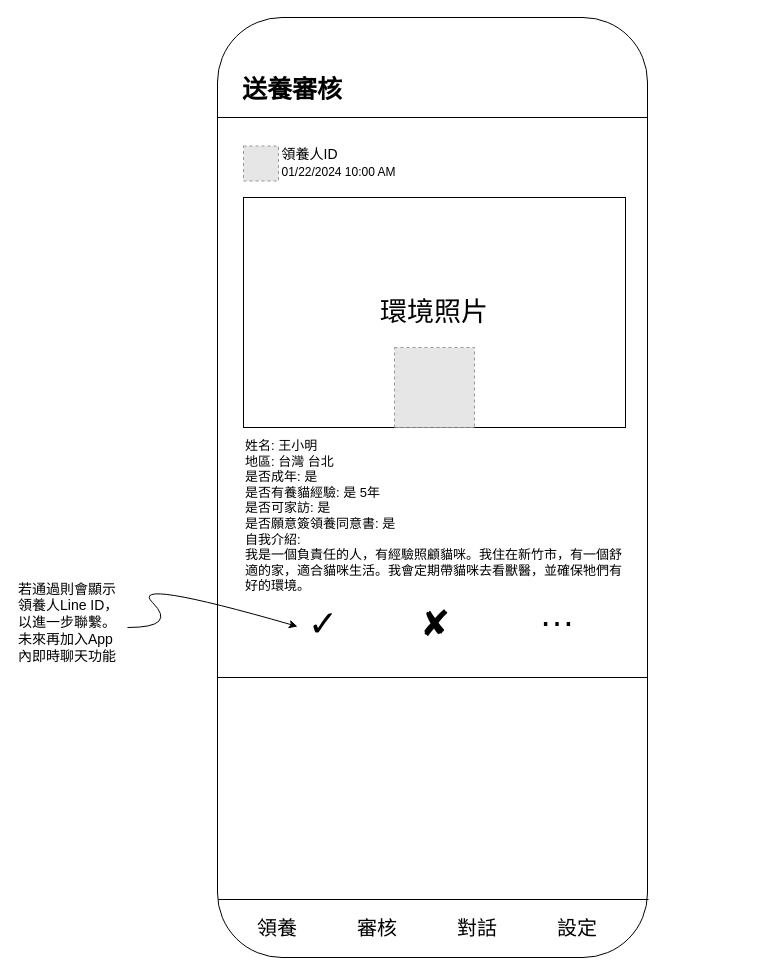
Earlier version of the draw.io diagram page "對話頁面" (5 of 7) of MyApps/PetAdotion.drawio (vinceliao99/MyDiagrams). Source tidied: cells renumbered, new cells numbered last; positions are measured from the earlier drawing's top-left corner, leaving out a move shared by most shapes. Both pictures are drawn from the tidied source at 100%, with x=0, y=0 at pixel (17, 17). Pictures stored in the file or linked from it are replaced by grey dashed boxes.
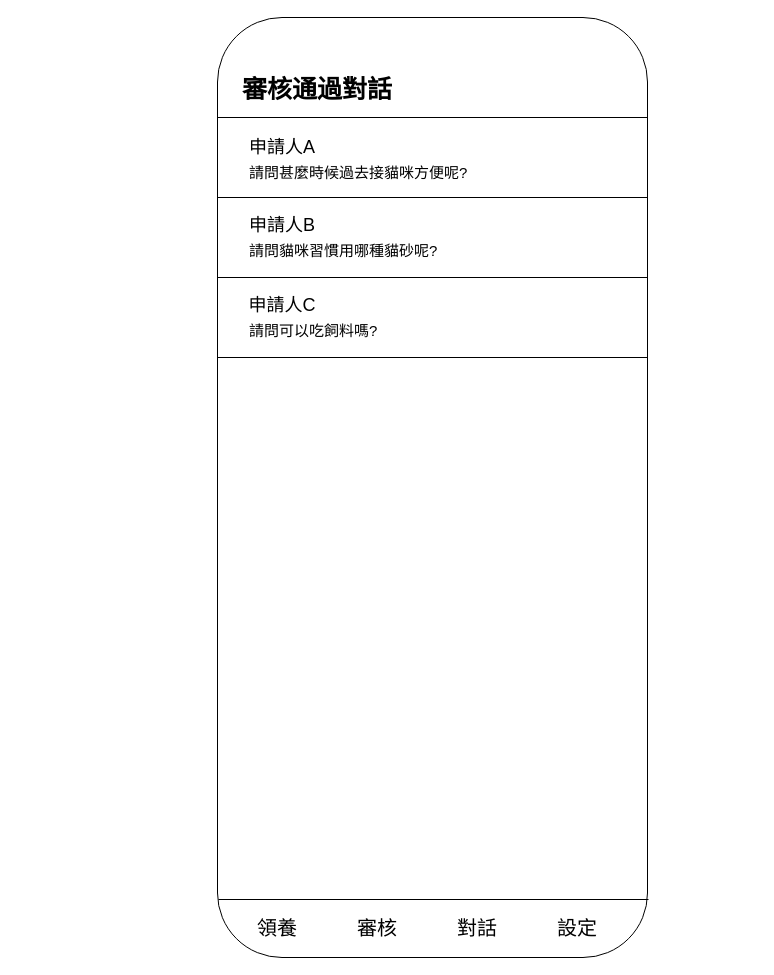
The same page after the edit.

Diff of the diagram source:
```diff
@@
-    <mxCell id="5" style="group;" parent="1" vertex="1">
-      <mxGeometry x="200" y="100" width="540" height="610" as="geometry" />
-    </mxCell>
-    <mxCell id="6" style="rounded=0;whiteSpace=wrap;html=1;" parent="5" vertex="1">
-      <mxGeometry width="430" height="560" as="geometry" />
-    </mxCell>
-    <mxCell id="7" value="&lt;span style=&quot;font-size: 27px;&quot;&gt;環境照片&lt;/span&gt;" style="rounded=0;whiteSpace=wrap;html=1;" parent="5" vertex="1">
-      <mxGeometry x="26" y="80" width="382" height="230" as="geometry" />
-    </mxCell>
-    <mxCell id="8" style="group;" parent="5" vertex="1">
-      <mxGeometry x="26" y="22" width="160" height="48" as="geometry" />
-    </mxCell>
-    <mxCell id="9" value="&lt;span style=&quot;font-size: 14px;&quot;&gt;領養人ID&lt;/span&gt;" style="text;html=1;strokeColor=none;fillColor=none;align=center;verticalAlign=middle;whiteSpace=wrap;rounded=0;" parent="8" vertex="1">
-      <mxGeometry x="32" width="69" height="30" as="geometry" />
-    </mxCell>
-    <mxCell id="10" value="01/22/2024 10:00 AM" style="text;html=1;strokeColor=none;fillColor=none;align=center;verticalAlign=middle;whiteSpace=wrap;rounded=0;" parent="8" vertex="1">
-      <mxGeometry x="31" y="18" width="129" height="30" as="geometry" />
-    </mxCell>
-    <mxCell id="11" style="fillColor=#E6E6E6;strokeColor=#999999;dashed=1;verticalLabelPosition=bottom;labelBackgroundColor=default;verticalAlign=top;" parent="8" vertex="1">
-      <mxGeometry y="6.5" width="35" height="35" as="geometry" />
-    </mxCell>
-    <mxCell id="12" value="&lt;font style=&quot;font-size: 13px;&quot;&gt;姓名: 王小明&lt;br&gt;地區: 台灣 台北&lt;br&gt;是否成年: 是&amp;nbsp;&lt;br&gt;是否有養貓經驗: 是 5年&lt;br&gt;是否可家訪: 是&lt;br&gt;是否願意簽領養同意書: 是&lt;br&gt;自我介紹:&lt;br&gt;&lt;/font&gt;&lt;div style=&quot;font-size: 13px;&quot;&gt;&lt;font style=&quot;font-size: 13px;&quot;&gt;我是一個負責任的人，有經驗照顧貓咪。我住在新竹市，有一個舒適的家，適合貓咪生活。我會定期帶貓咪去看獸醫，並確保牠們有好的環境。&lt;/font&gt;&lt;/div&gt;" style="text;html=1;strokeColor=none;fillColor=none;align=left;verticalAlign=top;whiteSpace=wrap;rounded=0;" parent="5" vertex="1">
-      <mxGeometry x="26" y="314" width="384" height="210" as="geometry" />
-    </mxCell>
-    <mxCell id="13" style="fillColor=#E6E6E6;strokeColor=#999999;dashed=1;html=1;verticalAlign=top;verticalLabelPosition=bottom;labelBackgroundColor=#ffffff;fontColor=#000000;" parent="5" vertex="1">
-      <mxGeometry x="177" y="230" width="80" height="80" as="geometry" />
-    </mxCell>
-    <mxCell id="14" style="group;" parent="5" vertex="1">
-      <mxGeometry x="76" y="481" width="294" height="40" as="geometry" />
-    </mxCell>
-    <mxCell id="15" value="…" style="text;html=1;strokeColor=none;fillColor=none;align=center;verticalAlign=middle;whiteSpace=wrap;rounded=0;fontSize=36;" parent="14" vertex="1">
-      <mxGeometry x="234" width="60" height="30" as="geometry" />
-    </mxCell>
-    <mxCell id="16" value="✓" style="text;html=1;strokeColor=none;fillColor=none;align=center;verticalAlign=middle;whiteSpace=wrap;rounded=0;fontSize=36;" parent="14" vertex="1">
-      <mxGeometry y="10" width="60" height="30" as="geometry" />
-    </mxCell>
-    <mxCell id="17" value="✘" style="text;html=1;strokeColor=none;fillColor=none;align=center;verticalAlign=middle;whiteSpace=wrap;rounded=0;fontSize=36;" parent="14" vertex="1">
-      <mxGeometry x="112" y="10" width="60" height="30" as="geometry" />
-    </mxCell>
-    <mxCell id="18" value="&lt;div style=&quot;text-align: left;&quot;&gt;&lt;span style=&quot;background-color: initial;&quot;&gt;&lt;font style=&quot;font-size: 14px;&quot;&gt;若通過則會顯示領養人Line ID，以進一步聯繫。未來再加入App內即時聊天功能&lt;/font&gt;&lt;/span&gt;&lt;/div&gt;" style="text;html=1;strokeColor=none;fillColor=none;align=center;verticalAlign=middle;whiteSpace=wrap;rounded=0;" parent="1" vertex="1">
-      <mxGeometry y="590" width="110" height="30" as="geometry" />
-    </mxCell>
-    <mxCell id="19" style="curved=1;endArrow=classic;html=1;rounded=0;" parent="1" edge="1">
-      <mxGeometry relative="1" as="geometry">
-        <mxPoint x="110" y="610" as="sourcePoint" />
-        <mxPoint x="280" y="609" as="targetPoint" />
-        <Array as="points">
-          <mxPoint x="160" y="610" />
-          <mxPoint x="110" y="560" />
-        </Array>
-      </mxGeometry>
-    </mxCell>
-    <mxCell id="20" value="&lt;h1 style=&quot;font-size: 25px;&quot;&gt;送養審核&lt;/h1&gt;" style="text;html=1;strokeColor=none;fillColor=none;spacing=5;spacingTop=-20;whiteSpace=wrap;overflow=hidden;rounded=0;" parent="1" vertex="1">
+    <mxCell id="20" value="&lt;h1 style=&quot;font-size: 25px;&quot;&gt;審核通過對話&lt;/h1&gt;" style="text;html=1;strokeColor=none;fillColor=none;spacing=5;spacingTop=-20;whiteSpace=wrap;overflow=hidden;rounded=0;" parent="1" vertex="1">
       <mxGeometry x="220" y="50" width="190" height="50" as="geometry" />
     </mxCell>
@@
+    <mxCell id="27" style="rounded=0;whiteSpace=wrap;html=1;" parent="1" vertex="1">
+      <mxGeometry x="200" y="100" width="430" height="80" as="geometry" />
+    </mxCell>
+    <mxCell id="28" style="rounded=0;whiteSpace=wrap;html=1;" parent="1" vertex="1">
+      <mxGeometry x="200" y="180" width="430" height="80" as="geometry" />
+    </mxCell>
+    <mxCell id="29" style="rounded=0;whiteSpace=wrap;html=1;" parent="1" vertex="1">
+      <mxGeometry x="200" y="260" width="430" height="80" as="geometry" />
+    </mxCell>
+    <mxCell id="30" style="group;" parent="1" vertex="1">
+      <mxGeometry x="220" y="115" width="420" height="55" as="geometry" />
+    </mxCell>
+    <mxCell id="31" value="&lt;font style=&quot;font-size: 18px;&quot;&gt;申請人A&lt;/font&gt;" style="text;html=1;strokeColor=none;fillColor=none;align=center;verticalAlign=middle;whiteSpace=wrap;rounded=0;" parent="30" vertex="1">
+      <mxGeometry width="90" height="30" as="geometry" />
+    </mxCell>
+    <mxCell id="32" value="&lt;font style=&quot;font-size: 15px;&quot;&gt;請問甚麼時候過去接貓咪方便呢?&lt;/font&gt;" style="text;html=1;strokeColor=none;fillColor=none;align=left;verticalAlign=middle;whiteSpace=wrap;rounded=0;" parent="30" vertex="1">
+      <mxGeometry x="10" y="25" width="410" height="30" as="geometry" />
+    </mxCell>
+    <mxCell id="33" style="group;" parent="1" vertex="1">
+      <mxGeometry x="220" y="193" width="420" height="55" as="geometry" />
+    </mxCell>
+    <mxCell id="34" value="&lt;font style=&quot;font-size: 18px;&quot;&gt;申請人B&lt;/font&gt;" style="text;html=1;strokeColor=none;fillColor=none;align=center;verticalAlign=middle;whiteSpace=wrap;rounded=0;" parent="33" vertex="1">
+      <mxGeometry width="90" height="30" as="geometry" />
+    </mxCell>
+    <mxCell id="35" value="&lt;font style=&quot;font-size: 15px;&quot;&gt;請問貓咪習慣用哪種貓砂呢?&lt;/font&gt;" style="text;html=1;strokeColor=none;fillColor=none;align=left;verticalAlign=middle;whiteSpace=wrap;rounded=0;" parent="33" vertex="1">
+      <mxGeometry x="10" y="25" width="410" height="30" as="geometry" />
+    </mxCell>
+    <mxCell id="36" style="group;" parent="1" vertex="1">
+      <mxGeometry x="220" y="272.5" width="420" height="55" as="geometry" />
+    </mxCell>
+    <mxCell id="37" value="&lt;font style=&quot;font-size: 18px;&quot;&gt;申請人C&lt;/font&gt;" style="text;html=1;strokeColor=none;fillColor=none;align=center;verticalAlign=middle;whiteSpace=wrap;rounded=0;" parent="36" vertex="1">
+      <mxGeometry width="90" height="30" as="geometry" />
+    </mxCell>
+    <mxCell id="38" value="&lt;font style=&quot;font-size: 15px;&quot;&gt;請問可以吃飼料嗎?&lt;/font&gt;" style="text;html=1;strokeColor=none;fillColor=none;align=left;verticalAlign=middle;whiteSpace=wrap;rounded=0;" parent="36" vertex="1">
+      <mxGeometry x="10" y="25" width="410" height="30" as="geometry" />
+    </mxCell>
```
